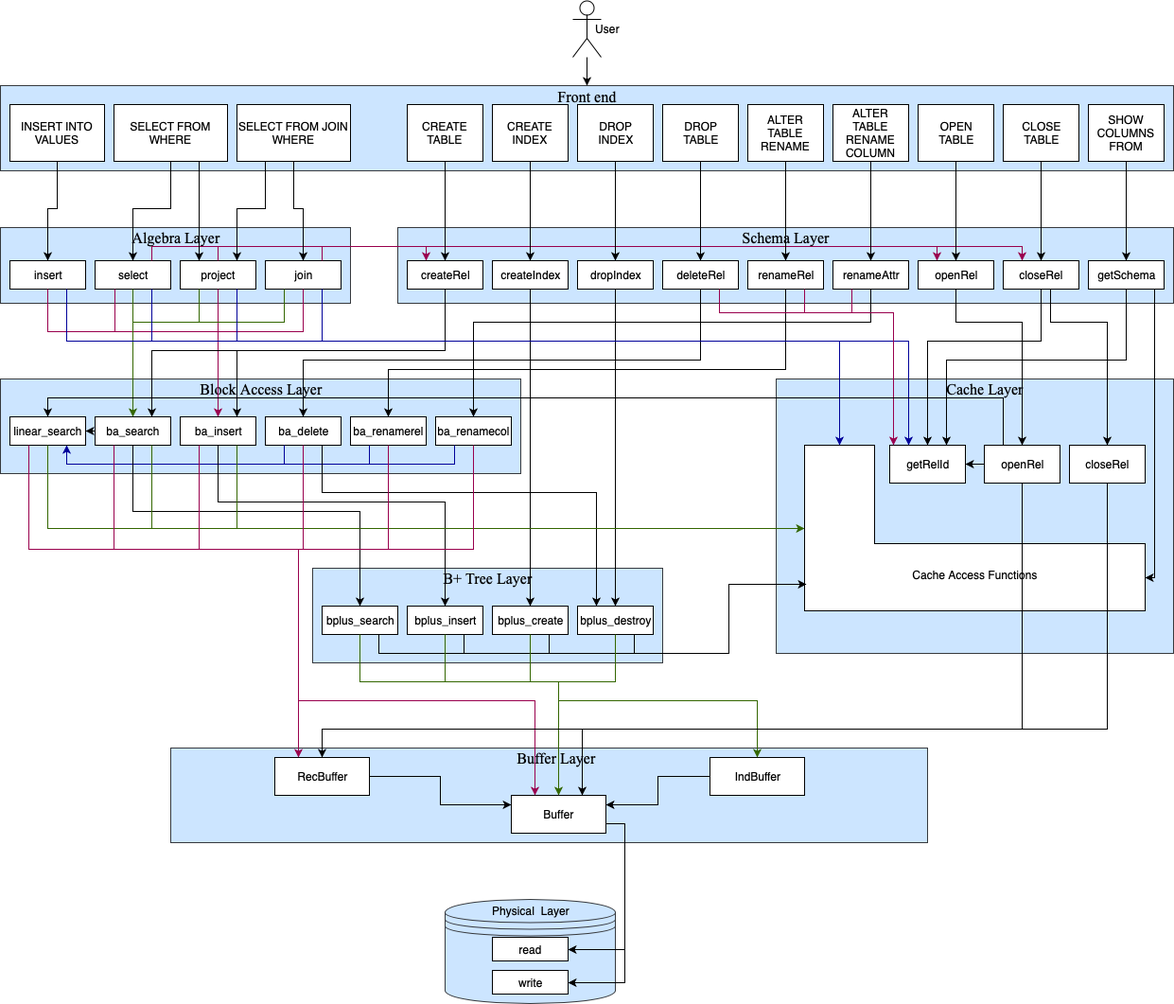
Nitcbase/nitcbase.github.io keeps this draw.io diagram as img/design/design.png. Above is the earlier version. Source tidied: cells renumbered, new cells last; positions are measured from the earlier drawing's top-left corner, leaving out a move shared by most shapes.
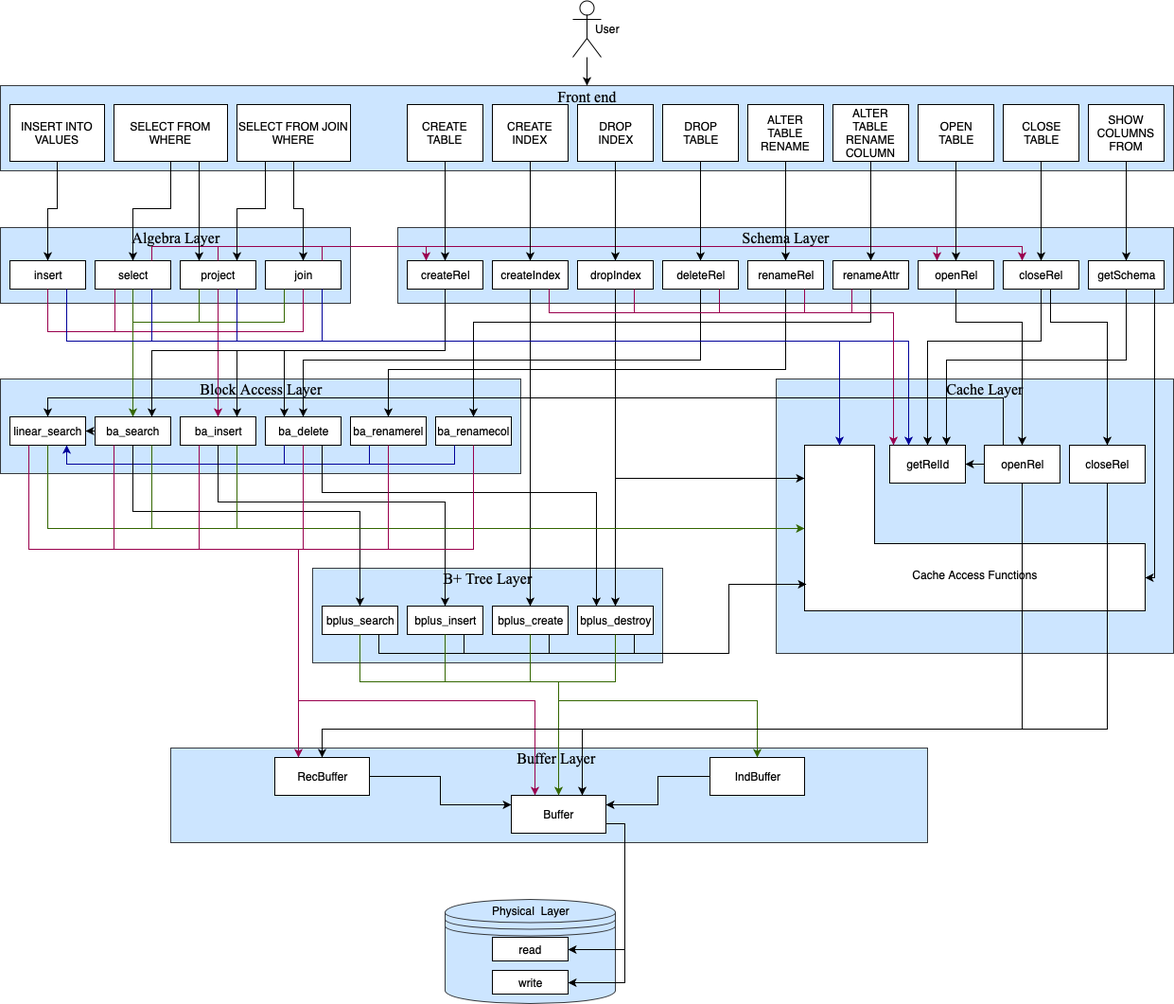
Above is the later version.

Commit message:
design diagram updated

What changed in the source:
```diff
@@ -675,5 +675,26 @@
         </Array>
       </mxGeometry>
     </mxCell>
+    <mxCell id="147" style="endArrow=none;html=1;strokeColor=#99004D;entryX=0.75;entryY=1;entryDx=0;entryDy=0;edgeStyle=orthogonalEdgeStyle;rounded=0;" parent="1" edge="1" target="12">
+      <mxGeometry relative="1" as="geometry">
+        <mxPoint x="760" y="330" as="sourcePoint" />
+      </mxGeometry>
+    </mxCell>
+    <mxCell id="148" style="endArrow=none;html=1;strokeColor=#99004D;entryX=0.75;entryY=1;entryDx=0;entryDy=0;" parent="1" edge="1" target="13">
+      <mxGeometry relative="1" as="geometry">
+        <mxPoint x="670" y="330" as="sourcePoint" />
+      </mxGeometry>
+    </mxCell>
+    <mxCell id="149" style="endArrow=classic;html=1;strokeColor=#000000;entryX=0.8;entryY=0;entryDx=0;entryDy=0;entryPerimeter=0;" parent="1" edge="1" target="39">
+      <mxGeometry relative="1" as="geometry">
+        <mxPoint x="650" y="505" as="sourcePoint" />
+      </mxGeometry>
+    </mxCell>
+    <mxCell id="150" style="endArrow=classic;html=1;entryX=0.75;entryY=0;entryDx=0;entryDy=0;strokeColor=#000000;" parent="1" edge="1">
+      <mxGeometry relative="1" as="geometry">
+        <mxPoint x="300" y="370" as="sourcePoint" />
+        <mxPoint x="300" y="440" as="targetPoint" />
+      </mxGeometry>
+    </mxCell>
   </root>
 </mxGraphModel>
```
